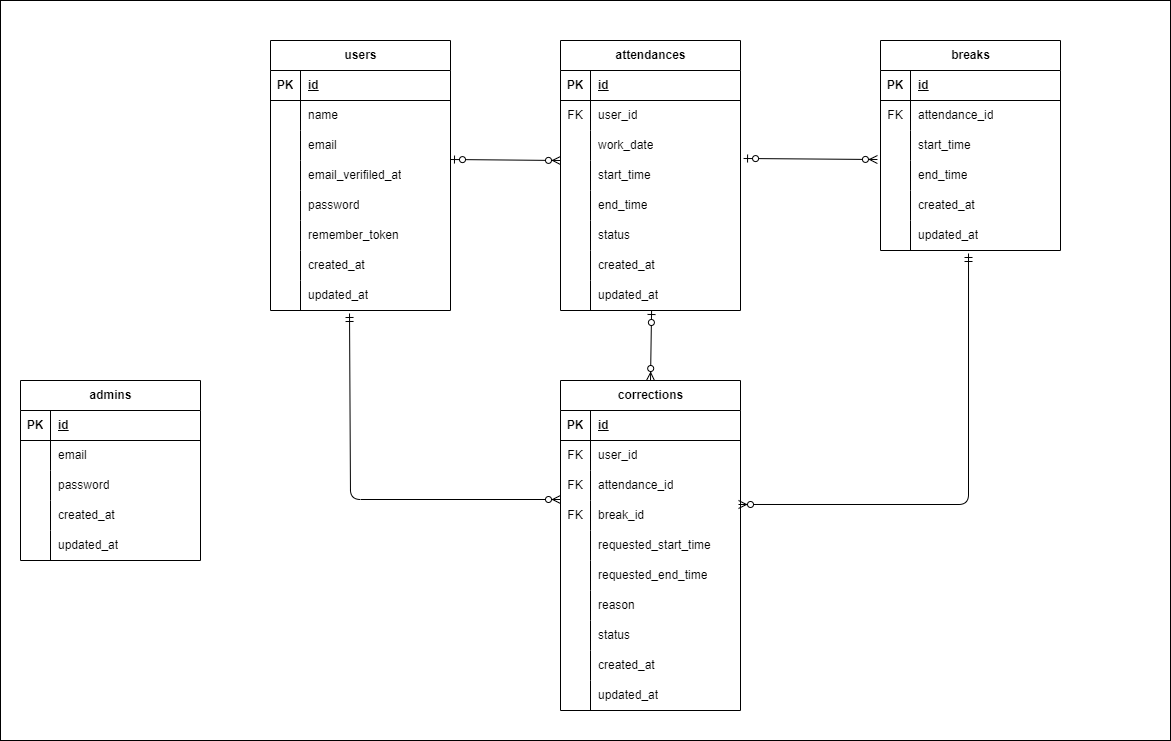
Zoe0327/AttendanceManagement keeps this draw.io diagram as AttendanceManagement.png. Above is the earlier version. Source tidied: cells renumbered, new cells last; positions are measured from the earlier drawing's top-left corner, leaving out a move shared by most shapes.
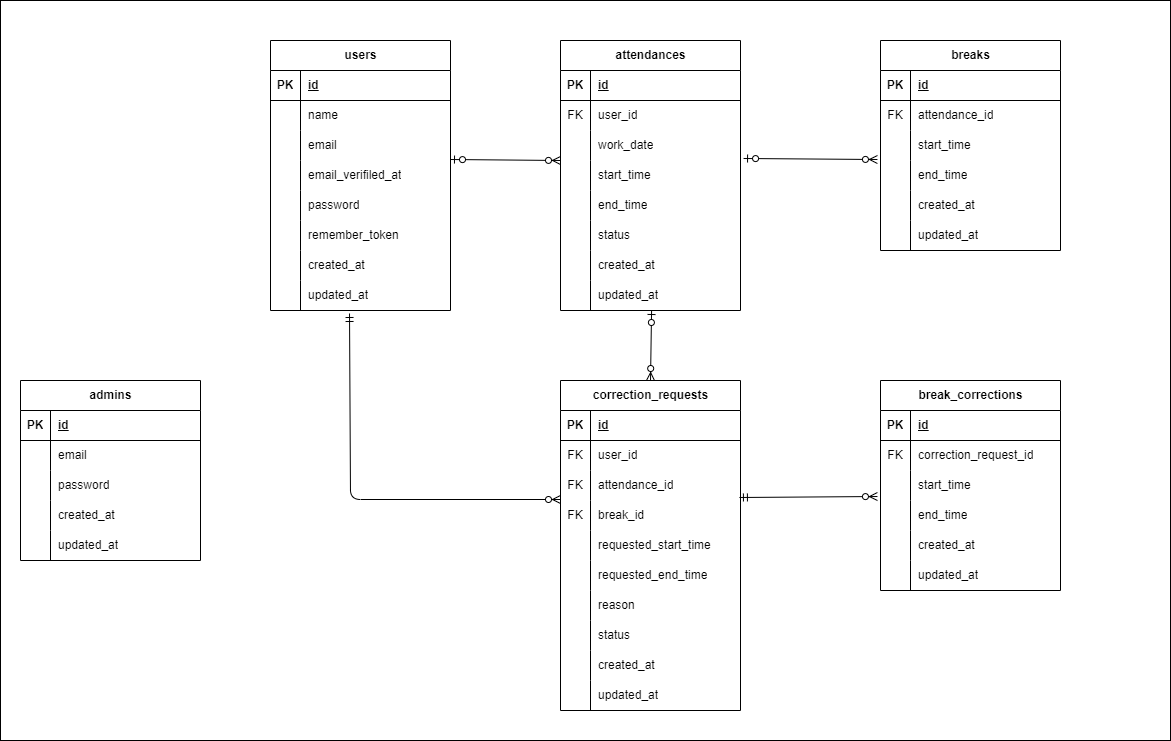
After the change.

What changed in the source:
```diff
@@ -212,7 +212,7 @@
     <mxCell id="71" value="updated_at" style="shape=partialRectangle;fillColor=none;top=0;left=0;bottom=0;right=0;align=left;spacingLeft=6;overflow=hidden;whiteSpace=wrap;html=1;" parent="69" vertex="1">
       <mxGeometry x="30" width="150" height="30" as="geometry" />
     </mxCell>
-    <mxCell id="72" value="corrections" style="shape=table;startSize=30;rowLines=0;fontStyle=1;align=center;html=1;" parent="1" vertex="1">
+    <mxCell id="72" value="correction_requests" style="shape=table;startSize=30;rowLines=0;fontStyle=1;align=center;html=1;" parent="1" vertex="1">
       <mxGeometry x="560" y="380" width="180" height="330" as="geometry" />
     </mxCell>
     <mxCell id="73" style="shape=tableRow;horizontal=0;startSize=0;swimlaneHead=0;swimlaneBody=0;fillColor=none;top=0;left=0;right=0;bottom=1;" parent="72" vertex="1">
@@ -366,13 +366,6 @@
         </Array>
       </mxGeometry>
     </mxCell>
-    <mxCell id="121" style="fontSize=12;html=1;endArrow=ERzeroToMany;startArrow=ERmandOne;exitX=0.489;exitY=1.1;exitDx=0;exitDy=0;exitPerimeter=0;entryX=0.989;entryY=0.133;entryDx=0;entryDy=0;entryPerimeter=0;" parent="1" edge="1" source="69" target="82">
-      <mxGeometry relative="1" as="geometry">
-        <Array as="points">
-          <mxPoint x="968" y="504" />
-        </Array>
-      </mxGeometry>
-    </mxCell>
     <mxCell id="122" style="fontSize=12;html=1;endArrow=ERzeroToMany;startArrow=ERzeroToOne;exitX=1.017;exitY=0.933;exitDx=0;exitDy=0;exitPerimeter=0;" parent="1" edge="1">
       <mxGeometry relative="1" as="geometry">
         <mxPoint x="450" y="159" as="sourcePoint" />
@@ -382,5 +375,65 @@
     <mxCell id="123" style="fontSize=12;html=1;endArrow=ERzeroToMany;startArrow=ERzeroToOne;exitX=0.506;exitY=1;exitDx=0;exitDy=0;exitPerimeter=0;entryX=0.5;entryY=0;entryDx=0;entryDy=0;" parent="1" edge="1" source="50" target="72">
       <mxGeometry relative="1" as="geometry" />
     </mxCell>
+    <mxCell id="124" value="break_corrections" style="shape=table;startSize=30;rowLines=0;fontStyle=1;align=center;html=1;" parent="1" vertex="1">
+      <mxGeometry x="880" y="380" width="180" height="210" as="geometry" />
+    </mxCell>
+    <mxCell id="125" style="shape=tableRow;horizontal=0;startSize=0;swimlaneHead=0;swimlaneBody=0;fillColor=none;top=0;left=0;right=0;bottom=1;" parent="124" vertex="1">
+      <mxGeometry y="30" width="180" height="30" as="geometry" />
+    </mxCell>
+    <mxCell id="126" value="PK" style="shape=partialRectangle;fillColor=none;top=0;left=0;bottom=0;right=0;fontStyle=1;overflow=hidden;whiteSpace=wrap;html=1;" parent="125" vertex="1">
+      <mxGeometry width="30" height="30" as="geometry" />
+    </mxCell>
+    <mxCell id="127" value="id" style="shape=partialRectangle;fillColor=none;top=0;left=0;bottom=0;right=0;align=left;spacingLeft=6;fontStyle=5;overflow=hidden;whiteSpace=wrap;html=1;" parent="125" vertex="1">
+      <mxGeometry x="30" width="150" height="30" as="geometry" />
+    </mxCell>
+    <mxCell id="128" style="shape=tableRow;horizontal=0;startSize=0;swimlaneHead=0;swimlaneBody=0;fillColor=none;top=0;left=0;right=0;bottom=0;" parent="124" vertex="1">
+      <mxGeometry y="60" width="180" height="30" as="geometry" />
+    </mxCell>
+    <mxCell id="129" value="FK" style="shape=partialRectangle;fillColor=none;top=0;left=0;bottom=0;right=0;overflow=hidden;whiteSpace=wrap;html=1;" parent="128" vertex="1">
+      <mxGeometry width="30" height="30" as="geometry" />
+    </mxCell>
+    <mxCell id="130" value="&lt;span style=&quot;color: rgb(0, 0, 0);&quot;&gt;correction_request_id&lt;/span&gt;" style="shape=partialRectangle;fillColor=none;top=0;left=0;bottom=0;right=0;align=left;spacingLeft=6;overflow=hidden;whiteSpace=wrap;html=1;" parent="128" vertex="1">
+      <mxGeometry x="30" width="150" height="30" as="geometry" />
+    </mxCell>
+    <mxCell id="131" style="shape=tableRow;horizontal=0;startSize=0;swimlaneHead=0;swimlaneBody=0;fillColor=none;points=[[0,0.5],[1,0.5]];portConstraint=eastwest;top=0;left=0;right=0;bottom=0;" parent="124" vertex="1">
+      <mxGeometry y="90" width="180" height="30" as="geometry" />
+    </mxCell>
+    <mxCell id="132" style="shape=partialRectangle;fillColor=none;top=0;left=0;bottom=0;right=0;overflow=hidden;whiteSpace=wrap;html=1;" parent="131" vertex="1">
+      <mxGeometry width="30" height="30" as="geometry" />
+    </mxCell>
+    <mxCell id="133" value="start_time" style="shape=partialRectangle;fillColor=none;top=0;left=0;bottom=0;right=0;align=left;spacingLeft=6;overflow=hidden;whiteSpace=wrap;html=1;" parent="131" vertex="1">
+      <mxGeometry x="30" width="150" height="30" as="geometry" />
+    </mxCell>
+    <mxCell id="134" style="shape=tableRow;horizontal=0;startSize=0;swimlaneHead=0;swimlaneBody=0;fillColor=none;top=0;left=0;right=0;bottom=0;" parent="124" vertex="1">
+      <mxGeometry y="120" width="180" height="30" as="geometry" />
+    </mxCell>
+    <mxCell id="135" style="shape=partialRectangle;fillColor=none;top=0;left=0;bottom=0;right=0;overflow=hidden;whiteSpace=wrap;html=1;" parent="134" vertex="1">
+      <mxGeometry width="30" height="30" as="geometry" />
+    </mxCell>
+    <mxCell id="136" value="&lt;span style=&quot;color: rgb(0, 0, 0);&quot;&gt;end_time&lt;/span&gt;" style="shape=partialRectangle;fillColor=none;top=0;left=0;bottom=0;right=0;align=left;spacingLeft=6;overflow=hidden;whiteSpace=wrap;html=1;" parent="134" vertex="1">
+      <mxGeometry x="30" width="150" height="30" as="geometry" />
+    </mxCell>
+    <mxCell id="137" style="shape=tableRow;horizontal=0;startSize=0;swimlaneHead=0;swimlaneBody=0;fillColor=none;top=0;left=0;right=0;bottom=0;" parent="124" vertex="1">
+      <mxGeometry y="150" width="180" height="30" as="geometry" />
+    </mxCell>
+    <mxCell id="138" style="shape=partialRectangle;fillColor=none;top=0;left=0;bottom=0;right=0;overflow=hidden;whiteSpace=wrap;html=1;" parent="137" vertex="1">
+      <mxGeometry width="30" height="30" as="geometry" />
+    </mxCell>
+    <mxCell id="139" value="created_at" style="shape=partialRectangle;fillColor=none;top=0;left=0;bottom=0;right=0;align=left;spacingLeft=6;overflow=hidden;whiteSpace=wrap;html=1;" parent="137" vertex="1">
+      <mxGeometry x="30" width="150" height="30" as="geometry" />
+    </mxCell>
+    <mxCell id="140" style="shape=tableRow;horizontal=0;startSize=0;swimlaneHead=0;swimlaneBody=0;fillColor=none;top=0;left=0;right=0;bottom=0;" parent="124" vertex="1">
+      <mxGeometry y="180" width="180" height="30" as="geometry" />
+    </mxCell>
+    <mxCell id="141" style="shape=partialRectangle;fillColor=none;top=0;left=0;bottom=0;right=0;overflow=hidden;whiteSpace=wrap;html=1;" parent="140" vertex="1">
+      <mxGeometry width="30" height="30" as="geometry" />
+    </mxCell>
+    <mxCell id="142" value="updated_at" style="shape=partialRectangle;fillColor=none;top=0;left=0;bottom=0;right=0;align=left;spacingLeft=6;overflow=hidden;whiteSpace=wrap;html=1;" parent="140" vertex="1">
+      <mxGeometry x="30" width="150" height="30" as="geometry" />
+    </mxCell>
+    <mxCell id="143" style="fontSize=12;html=1;endArrow=ERzeroToMany;startArrow=ERmandOne;exitX=0.994;exitY=-0.1;exitDx=0;exitDy=0;exitPerimeter=0;entryX=-0.017;entryY=0.867;entryDx=0;entryDy=0;entryPerimeter=0;" parent="1" edge="1" source="82" target="131">
+      <mxGeometry relative="1" as="geometry" />
+    </mxCell>
   </root>
 </mxGraphModel>
```
